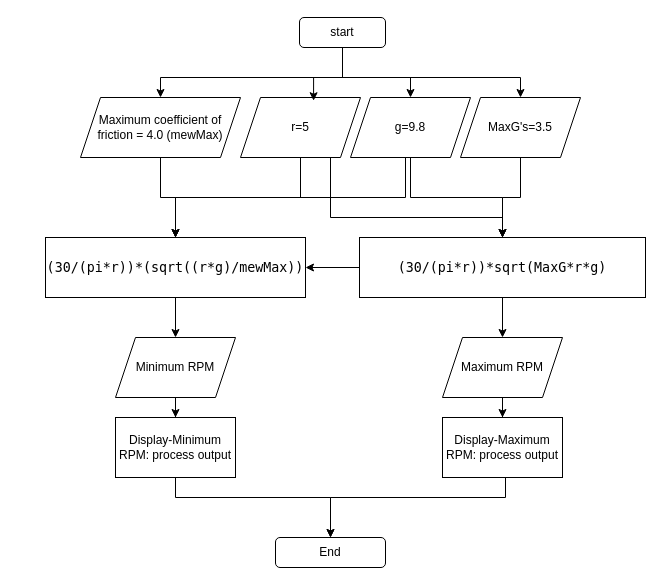
The draw.io diagram Untitled Diagram.drawio in ShhhhTheBaby/draw.io, before the edit. Source tidied: cells renumbered, new cells numbered last; positions are measured from the earlier drawing's top-left corner, leaving out a move shared by most shapes. Both pictures are drawn from the tidied source at 100%, with x=0, y=0 at pixel (45, 17).
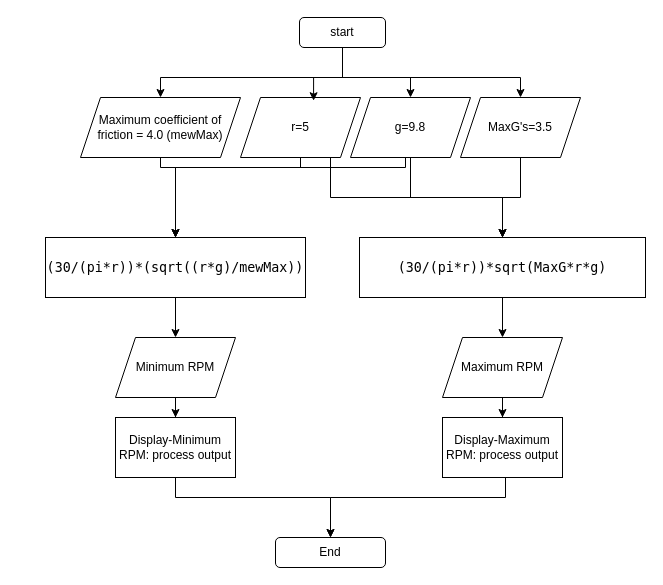
The same page after the edit.

Unchanged cells that the change refers to:
```xml
<mxCell id="3" value="Maximum coefficient of friction = 4.0 (mewMax)" style="shape=parallelogram;perimeter=parallelogramPerimeter;whiteSpace=wrap;html=1;fixedSize=1;" parent="1" vertex="1">
  <mxGeometry x="35" y="80" width="160" height="60" as="geometry" />
</mxCell>
<mxCell id="8" value="r=5" style="shape=parallelogram;perimeter=parallelogramPerimeter;whiteSpace=wrap;html=1;fixedSize=1;" parent="1" vertex="1">
  <mxGeometry x="195" y="80" width="120" height="60" as="geometry" />
</mxCell>
<mxCell id="11" value="g=9.8" style="shape=parallelogram;perimeter=parallelogramPerimeter;whiteSpace=wrap;html=1;fixedSize=1;" parent="1" vertex="1">
  <mxGeometry x="305" y="80" width="120" height="60" as="geometry" />
</mxCell>
<mxCell id="13" value="&lt;div style=&quot;padding: 30px; font-size: medium; text-align: start;&quot; class=&quot;rtcContent&quot;&gt;&lt;div style=&quot;font-size: 10pt; font-family: Menlo, Monaco, Consolas, &amp;quot;Courier New&amp;quot;, monospace;&quot; class=&quot;lineNode&quot;&gt;&lt;span style=&quot;white-space: pre;&quot;&gt;(30/(pi*r))*(sqrt((r*g)/mewMax))&lt;/span&gt;&lt;/div&gt;&lt;/div&gt;" style="rounded=0;whiteSpace=wrap;html=1;" parent="1" vertex="1">
  <mxGeometry y="220" width="260" height="60" as="geometry" />
</mxCell>
<mxCell id="16" value="&lt;div style=&quot;padding: 30px; font-size: medium; text-align: start;&quot; class=&quot;rtcContent&quot;&gt;&lt;div style=&quot;font-size: 10pt; font-family: Menlo, Monaco, Consolas, &amp;quot;Courier New&amp;quot;, monospace;&quot; class=&quot;lineNode&quot;&gt;&lt;span style=&quot;white-space: pre;&quot;&gt;(30/(pi*r))*sqrt(MaxG*r*g)&lt;/span&gt;&lt;/div&gt;&lt;/div&gt;" style="rounded=0;whiteSpace=wrap;html=1;" parent="1" vertex="1">
  <mxGeometry x="314" y="220" width="286" height="60" as="geometry" />
</mxCell>
```

What changed in the source:
```diff
@@
     <mxCell id="2" style="edgeStyle=orthogonalEdgeStyle;rounded=0;jettySize=auto;html=1;entryX=0.5;entryY=0;entryDx=0;entryDy=0;" parent="1" edge="1" source="3" target="13">
-      <mxGeometry relative="1" as="geometry" />
+      <mxGeometry relative="1" as="geometry">
+        <Array as="points">
+          <mxPoint x="115" y="150" />
+          <mxPoint x="130" y="150" />
+        </Array>
+      </mxGeometry>
     </mxCell>
@@
     <mxCell id="6" style="edgeStyle=orthogonalEdgeStyle;rounded=0;jettySize=auto;html=1;entryX=0.5;entryY=0;entryDx=0;entryDy=0;" parent="1" edge="1" source="8" target="13">
-      <mxGeometry relative="1" as="geometry" />
+      <mxGeometry relative="1" as="geometry">
+        <Array as="points">
+          <mxPoint x="255" y="150" />
+          <mxPoint x="130" y="150" />
+        </Array>
+      </mxGeometry>
     </mxCell>
     <mxCell id="7" style="edgeStyle=orthogonalEdgeStyle;rounded=0;jettySize=auto;html=1;exitX=0.75;exitY=1;exitDx=0;exitDy=0;" parent="1" edge="1" source="8" target="16">
       <mxGeometry relative="1" as="geometry">
         <Array as="points">
-          <mxPoint x="285" y="200" />
-          <mxPoint x="457" y="200" />
+          <mxPoint x="285" y="180" />
+          <mxPoint x="457" y="180" />
         </Array>
       </mxGeometry>
     </mxCell>
@@
     <mxCell id="9" style="edgeStyle=orthogonalEdgeStyle;rounded=0;jettySize=auto;html=1;entryX=0.5;entryY=0;entryDx=0;entryDy=0;" parent="1" edge="1" source="11" target="13">
       <mxGeometry relative="1" as="geometry">
         <Array as="points">
-          <mxPoint x="360" y="180" />
-          <mxPoint x="130" y="180" />
+          <mxPoint x="360" y="150" />
+          <mxPoint x="130" y="150" />
         </Array>
       </mxGeometry>
     </mxCell>
     <mxCell id="10" style="edgeStyle=orthogonalEdgeStyle;rounded=0;jettySize=auto;html=1;exitX=0.5;exitY=1;exitDx=0;exitDy=0;entryX=0.5;entryY=0;entryDx=0;entryDy=0;" parent="1" edge="1" source="11" target="16">
-      <mxGeometry relative="1" as="geometry" />
+      <mxGeometry relative="1" as="geometry">
+        <Array as="points">
+          <mxPoint x="365" y="180" />
+          <mxPoint x="457" y="180" />
+        </Array>
+      </mxGeometry>
     </mxCell>
@@
-    <mxCell id="15" style="edgeStyle=orthogonalEdgeStyle;rounded=0;jettySize=auto;html=1;" parent="1" edge="1" source="16" target="13">
-      <mxGeometry relative="1" as="geometry" />
-    </mxCell>
```
